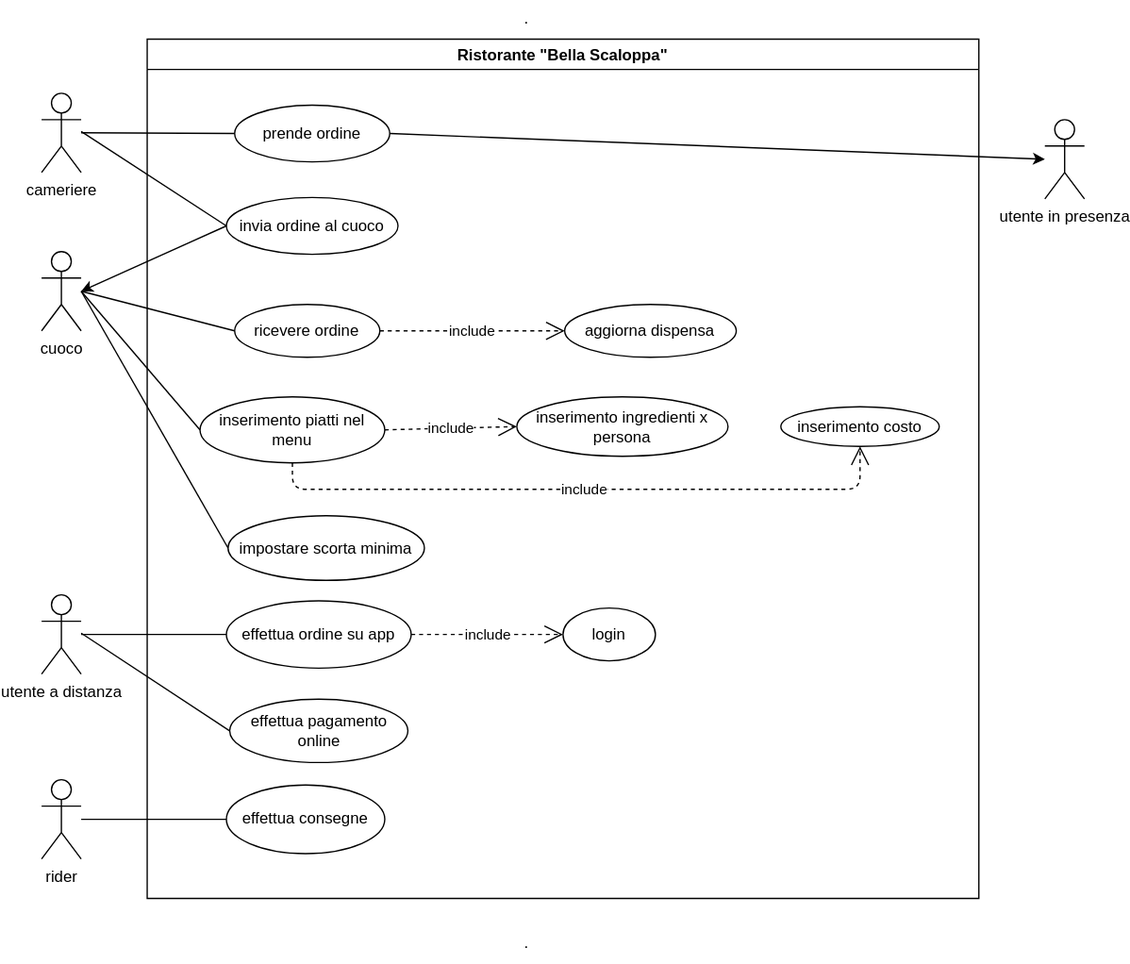
This is ExamUseCaseDiagram.svg from Santeenee/ExamProject, a draw.io export, as it was before one commit. Source tidied: cells renumbered, new cells last; positions are measured from the earlier drawing's top-left corner, leaving out a move shared by most shapes.
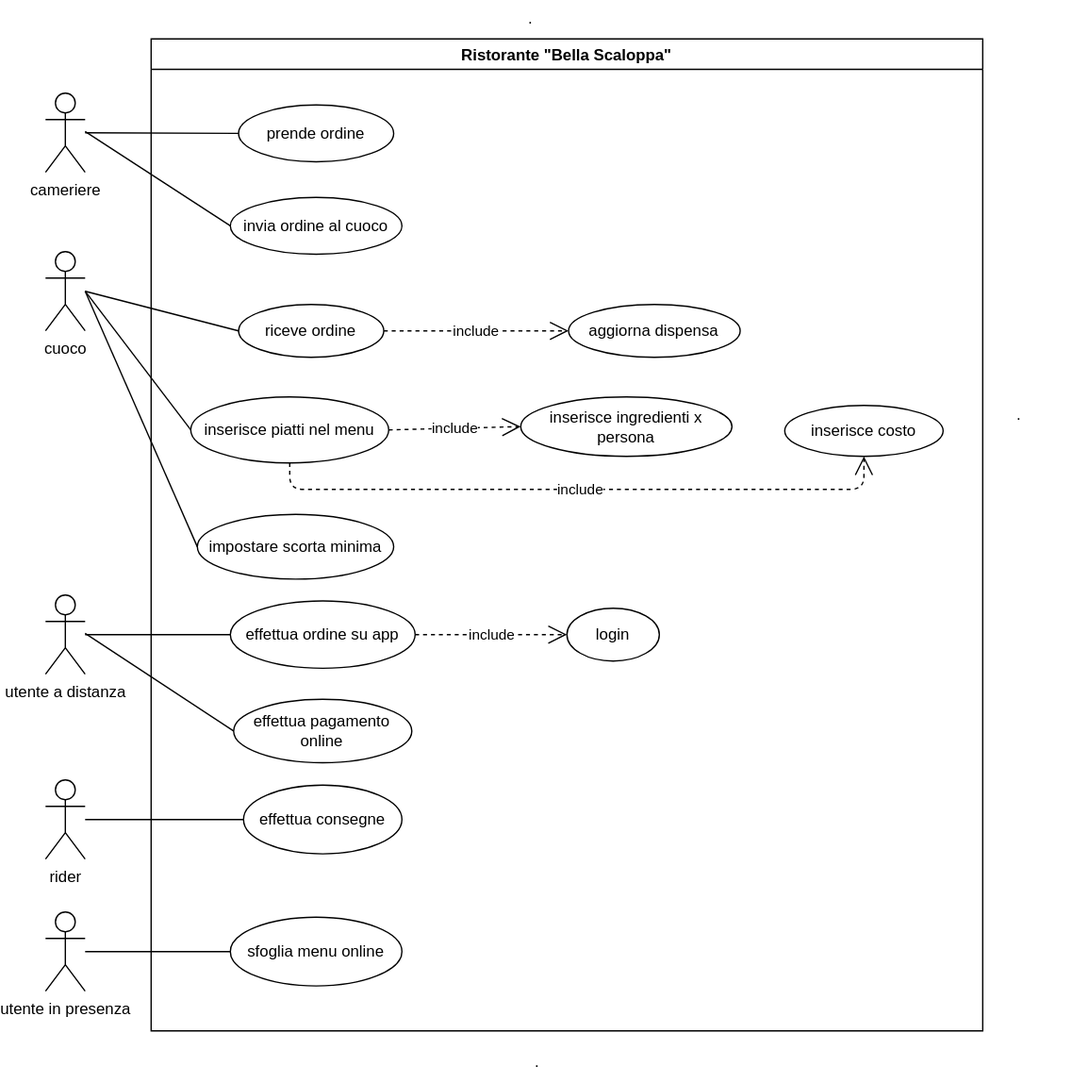
The same file after the commit.

What changed in the source:
```diff
@@ -15,18 +15,18 @@
       <mxGeometry y="590" width="30" height="60" as="geometry" />
     </mxCell>
     <mxCell id="6" value="Ristorante &quot;Bella Scaloppa&quot;" style="swimlane;" parent="1" vertex="1">
-      <mxGeometry x="80" y="29" width="630" height="651" as="geometry" />
+      <mxGeometry x="80" y="29" width="630" height="751" as="geometry" />
     </mxCell>
     <mxCell id="7" value="prende ordine" style="ellipse;whiteSpace=wrap;html=1;" parent="6" vertex="1">
       <mxGeometry x="66.2" y="50" width="117.5" height="43" as="geometry" />
     </mxCell>
     <mxCell id="8" value="impostare scorta minima" style="ellipse;whiteSpace=wrap;html=1;" parent="6" vertex="1">
-      <mxGeometry x="61.2" y="361" width="148.8" height="49" as="geometry" />
+      <mxGeometry x="35" y="360" width="148.8" height="49" as="geometry" />
     </mxCell>
     <mxCell id="9" value="include" style="endArrow=open;endSize=12;dashed=1;html=1;exitX=1;exitY=0.5;exitDx=0;exitDy=0;entryX=0;entryY=0.5;entryDx=0;entryDy=0;" parent="6" edge="1" source="10" target="11">
       <mxGeometry relative="1" as="geometry" />
     </mxCell>
-    <mxCell id="10" value="ricevere ordine" style="ellipse;whiteSpace=wrap;html=1;" parent="6" vertex="1">
+    <mxCell id="10" value="riceve ordine" style="ellipse;whiteSpace=wrap;html=1;" parent="6" vertex="1">
       <mxGeometry x="66.2" y="201" width="110" height="40" as="geometry" />
     </mxCell>
     <mxCell id="11" value="aggiorna dispensa" style="ellipse;whiteSpace=wrap;html=1;" parent="6" vertex="1">
@@ -45,7 +45,7 @@
       <mxGeometry x="62.5" y="500" width="135" height="48" as="geometry" />
     </mxCell>
     <mxCell id="16" value="effettua consegne" style="ellipse;whiteSpace=wrap;html=1;" parent="6" vertex="1">
-      <mxGeometry x="60" y="565" width="120" height="52" as="geometry" />
+      <mxGeometry x="70" y="565" width="120" height="52" as="geometry" />
     </mxCell>
     <mxCell id="17" value="invia ordine al cuoco" style="ellipse;whiteSpace=wrap;html=1;" parent="6" vertex="1">
       <mxGeometry x="60" y="120" width="130" height="43" as="geometry" />
@@ -55,14 +55,14 @@
         <mxPoint x="-50" y="70" as="sourcePoint" />
       </mxGeometry>
     </mxCell>
-    <mxCell id="19" value="inserimento ingredienti x persona" style="ellipse;whiteSpace=wrap;html=1;" parent="6" vertex="1">
+    <mxCell id="19" value="inserisce ingredienti x persona" style="ellipse;whiteSpace=wrap;html=1;" parent="6" vertex="1">
       <mxGeometry x="280" y="271" width="160" height="45" as="geometry" />
     </mxCell>
-    <mxCell id="20" value="inserimento costo" style="ellipse;whiteSpace=wrap;html=1;" parent="6" vertex="1">
-      <mxGeometry x="480" y="278.5" width="120" height="30" as="geometry" />
+    <mxCell id="20" value="inserisce costo" style="ellipse;whiteSpace=wrap;html=1;" parent="6" vertex="1">
+      <mxGeometry x="480" y="277.5" width="120" height="38.5" as="geometry" />
     </mxCell>
-    <mxCell id="21" value="inserimento piatti nel menu" style="ellipse;whiteSpace=wrap;html=1;" parent="6" vertex="1">
-      <mxGeometry x="40" y="271" width="140" height="50" as="geometry" />
+    <mxCell id="21" value="inserisce piatti nel menu" style="ellipse;whiteSpace=wrap;html=1;" parent="6" vertex="1">
+      <mxGeometry x="30" y="271" width="150" height="50" as="geometry" />
     </mxCell>
     <mxCell id="22" value="include" style="endArrow=open;endSize=12;dashed=1;html=1;exitX=1;exitY=0.5;exitDx=0;exitDy=0;entryX=0;entryY=0.5;entryDx=0;entryDy=0;" parent="6" edge="1" source="21" target="19">
       <mxGeometry relative="1" as="geometry" />
@@ -70,11 +70,14 @@
     <mxCell id="23" value="include" style="endArrow=open;endSize=12;dashed=1;html=1;entryX=0.5;entryY=1;entryDx=0;entryDy=0;exitX=0.5;exitY=1;exitDx=0;exitDy=0;" parent="6" edge="1" source="21" target="20">
       <mxGeometry relative="1" as="geometry">
         <Array as="points">
-          <mxPoint x="110" y="341" />
+          <mxPoint x="105" y="341" />
           <mxPoint x="540" y="341" />
         </Array>
       </mxGeometry>
     </mxCell>
+    <mxCell id="36" value="sfoglia menu online" style="ellipse;whiteSpace=wrap;html=1;" parent="6" vertex="1">
+      <mxGeometry x="60" y="665" width="130" height="52" as="geometry" />
+    </mxCell>
     <mxCell id="24" style="endArrow=none;html=1;entryX=0;entryY=0.5;entryDx=0;entryDy=0;" parent="1" edge="1" target="21">
       <mxGeometry relative="1" as="geometry">
         <mxPoint x="30" y="220" as="sourcePoint" />
@@ -91,7 +94,7 @@
       </mxGeometry>
     </mxCell>
     <mxCell id="27" value="utente in presenza" style="shape=umlActor;verticalLabelPosition=bottom;verticalAlign=top;html=1;outlineConnect=0;" parent="1" vertex="1">
-      <mxGeometry x="760" y="90" width="30" height="60" as="geometry" />
+      <mxGeometry y="690" width="30" height="60" as="geometry" />
     </mxCell>
     <mxCell id="28" style="endArrow=none;html=1;entryX=0;entryY=0.5;entryDx=0;entryDy=0;" parent="1" edge="1" target="10">
       <mxGeometry relative="1" as="geometry">
@@ -110,20 +113,16 @@
       </mxGeometry>
     </mxCell>
     <mxCell id="32" value="." style="text;strokeColor=none;fillColor=none;align=left;verticalAlign=top;spacingLeft=4;spacingRight=4;overflow=hidden;" parent="1" vertex="1">
-      <mxGeometry x="360" y="700" width="60" height="26" as="geometry" />
+      <mxGeometry x="365" y="790" width="60" height="26" as="geometry" />
     </mxCell>
-    <mxCell id="33" style="endArrow=classic;html=1;exitX=0;exitY=0.5;exitDx=0;exitDy=0;" parent="1" edge="1" source="17">
-      <mxGeometry relative="1" as="geometry">
-        <mxPoint x="30" y="220" as="targetPoint" />
-      </mxGeometry>
-    </mxCell>
-    <mxCell id="34" style="endArrow=classic;html=1;exitX=1;exitY=0.5;exitDx=0;exitDy=0;" parent="1" edge="1" source="7">
-      <mxGeometry relative="1" as="geometry">
-        <mxPoint x="760" y="120" as="targetPoint" />
-      </mxGeometry>
-    </mxCell>
     <mxCell id="35" value="." style="text;strokeColor=none;fillColor=none;align=left;verticalAlign=top;spacingLeft=4;spacingRight=4;overflow=hidden;" parent="1" vertex="1">
       <mxGeometry x="360" width="60" height="26" as="geometry" />
     </mxCell>
+    <mxCell id="37" style="endArrow=none;html=1;entryX=0;entryY=0.5;entryDx=0;entryDy=0;" parent="1" edge="1" source="27" target="36">
+      <mxGeometry relative="1" as="geometry" />
+    </mxCell>
+    <mxCell id="38" value="." style="text;strokeColor=none;fillColor=none;align=left;verticalAlign=top;spacingLeft=4;spacingRight=4;overflow=hidden;" parent="1" vertex="1">
+      <mxGeometry x="730" y="300" width="60" height="26" as="geometry" />
+    </mxCell>
   </root>
 </mxGraphModel>
```
